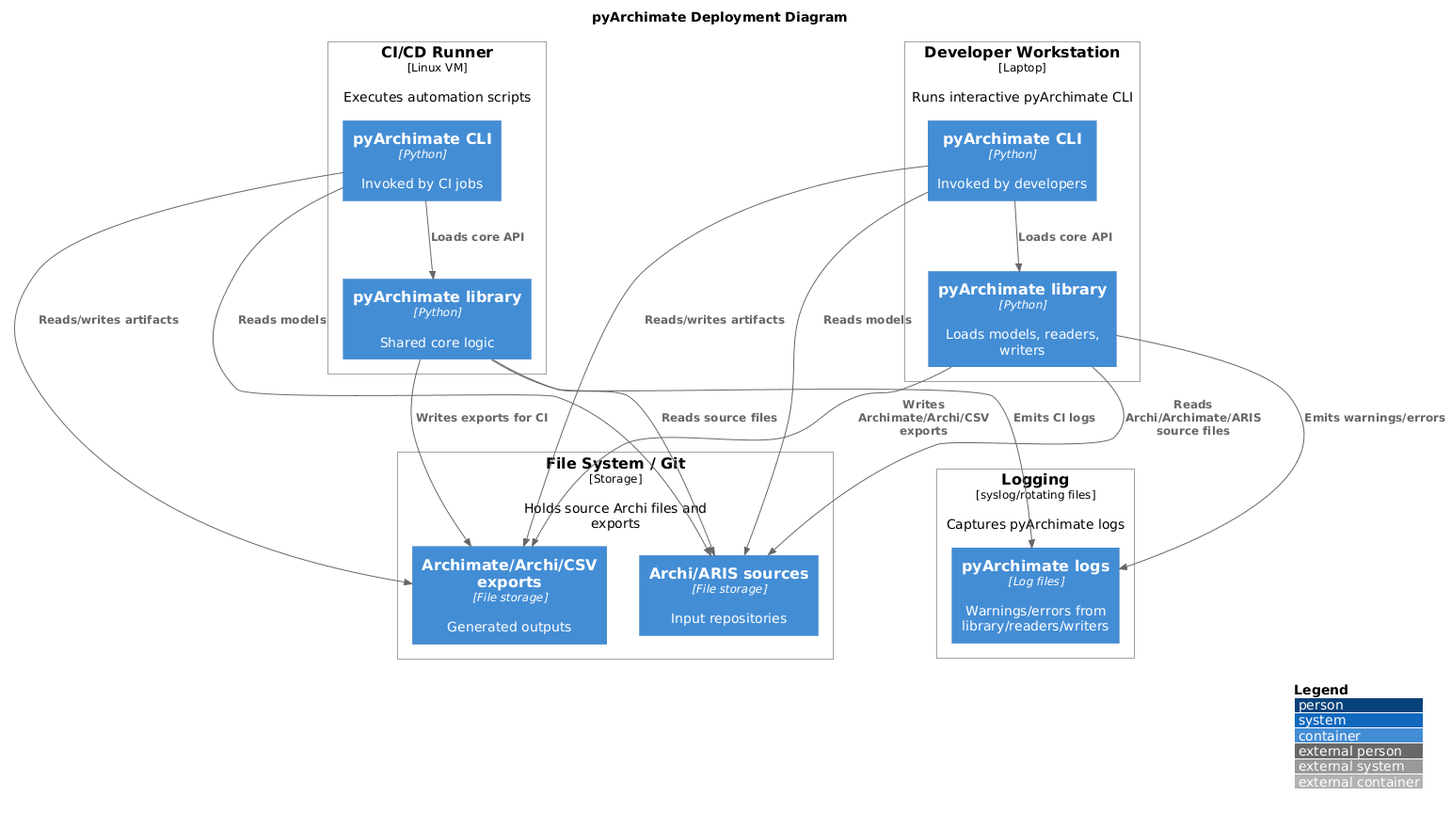
pyArchimate/pyArchimate keeps this PlantUML diagram as docs/diagrams/c4_deployment.png. Above is the earlier version. Its diagram source:
```plantuml
@startuml
!includeurl <C4/C4_Deployment>
title pyArchimate Deployment Diagram
LAYOUT_WITH_LEGEND()

Deployment_Node(workstation, "Developer Workstation", "Laptop", "Runs interactive pyArchimate CLI") {
  Container(pyArchimateCLI, "pyArchimate CLI", "Python", "Invoked by developers")
  Container(pyArchimateLib, "pyArchimate library", "Python", "Loads models, readers, writers")
}

Deployment_Node(ciRunner, "CI/CD Runner", "Linux VM", "Executes automation scripts") {
  Container(pyArchimateCLI_ci, "pyArchimate CLI", "Python", "Invoked by CI jobs")
  Container(pyArchimateLib_ci, "pyArchimate library", "Python", "Shared core logic")
}

Deployment_Node(filesystem, "File System / Git", "Storage", "Holds source Archi files and exports") {
  Container(archiRepo, "Archi/ARIS sources", "File storage", "Input repositories")
  Container(exportHub, "Archimate/Archi/CSV exports", "File storage", "Generated outputs")
}

Deployment_Node(logging, "Logging", "syslog/rotating files", "Captures pyArchimate logs") {
  Container(logStore, "pyArchimate logs", "Log files", "Warnings/errors from library/readers/writers")
}

Rel(pyArchimateCLI, pyArchimateLib, "Loads core API")
Rel(pyArchimateCLI_ci, pyArchimateLib_ci, "Loads core API")
Rel(pyArchimateLib, archiRepo, "Reads Archi/Archimate/ARIS source files")
Rel(pyArchimateLib_ci, archiRepo, "Reads source files")
Rel(pyArchimateLib, exportHub, "Writes Archimate/Archi/CSV exports")
Rel(pyArchimateLib_ci, exportHub, "Writes exports for CI")
Rel(pyArchimateLib, logStore, "Emits warnings/errors")
Rel(pyArchimateLib_ci, logStore, "Emits CI logs")
Rel(pyArchimateCLI, exportHub, "Reads/writes artifacts")
Rel(pyArchimateCLI_ci, exportHub, "Reads/writes artifacts")
Rel(pyArchimateCLI, archiRepo, "Reads models")
Rel(pyArchimateCLI_ci, archiRepo, "Reads models")
@enduml
```
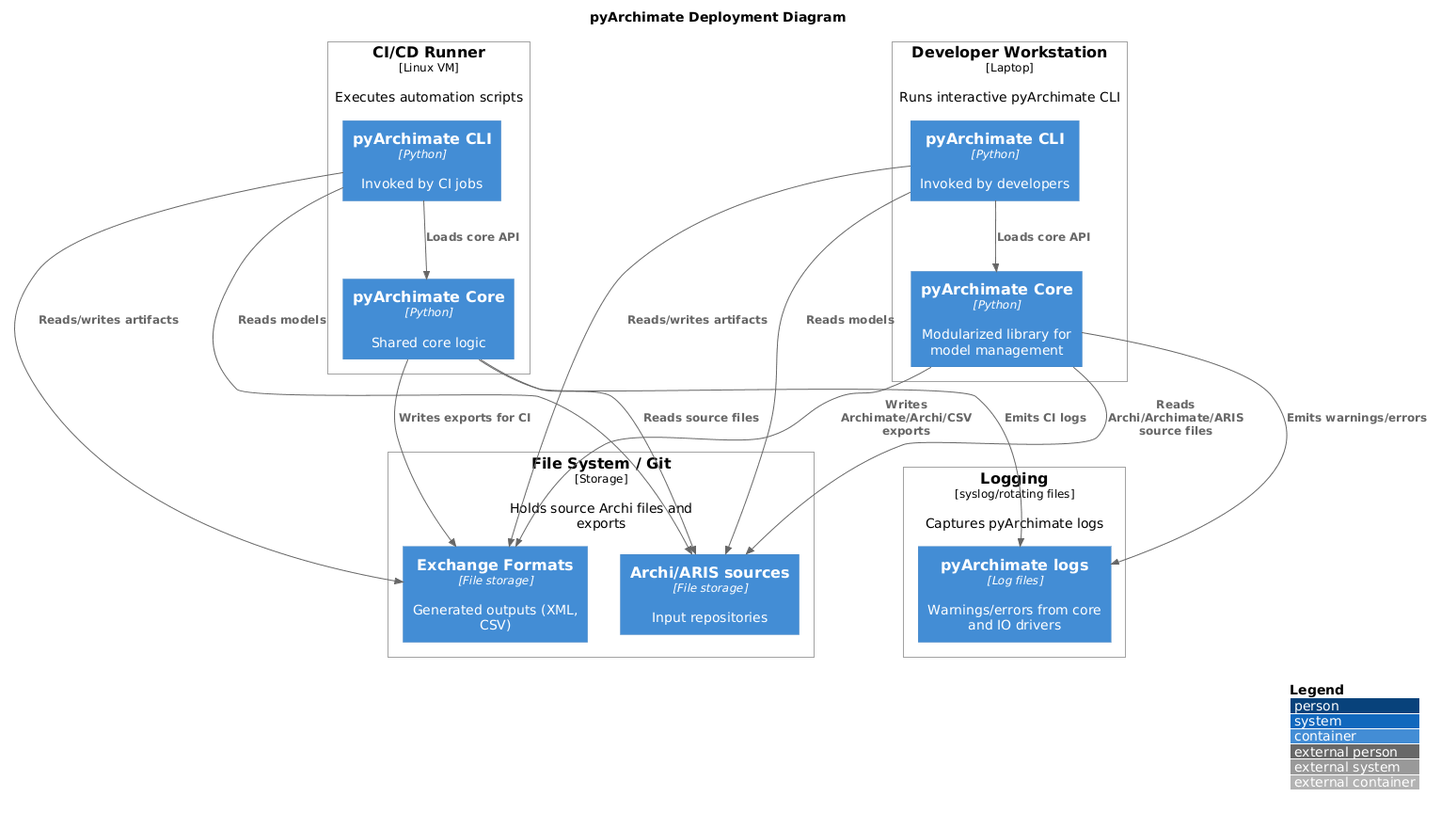
The same diagram one commit later.

The edit, as a diff of the source:
```diff
@@ -5,21 +5,21 @@
 
 Deployment_Node(workstation, "Developer Workstation", "Laptop", "Runs interactive pyArchimate CLI") {
   Container(pyArchimateCLI, "pyArchimate CLI", "Python", "Invoked by developers")
-  Container(pyArchimateLib, "pyArchimate library", "Python", "Loads models, readers, writers")
+  Container(pyArchimateLib, "pyArchimate Core", "Python", "Modularized library for model management")
 }
 
 Deployment_Node(ciRunner, "CI/CD Runner", "Linux VM", "Executes automation scripts") {
   Container(pyArchimateCLI_ci, "pyArchimate CLI", "Python", "Invoked by CI jobs")
-  Container(pyArchimateLib_ci, "pyArchimate library", "Python", "Shared core logic")
+  Container(pyArchimateLib_ci, "pyArchimate Core", "Python", "Shared core logic")
 }
 
 Deployment_Node(filesystem, "File System / Git", "Storage", "Holds source Archi files and exports") {
   Container(archiRepo, "Archi/ARIS sources", "File storage", "Input repositories")
-  Container(exportHub, "Archimate/Archi/CSV exports", "File storage", "Generated outputs")
+  Container(exportHub, "Exchange Formats", "File storage", "Generated outputs (XML, CSV)")
 }
 
 Deployment_Node(logging, "Logging", "syslog/rotating files", "Captures pyArchimate logs") {
-  Container(logStore, "pyArchimate logs", "Log files", "Warnings/errors from library/readers/writers")
+  Container(logStore, "pyArchimate logs", "Log files", "Warnings/errors from core and IO drivers")
 }
 
 Rel(pyArchimateCLI, pyArchimateLib, "Loads core API")
```
